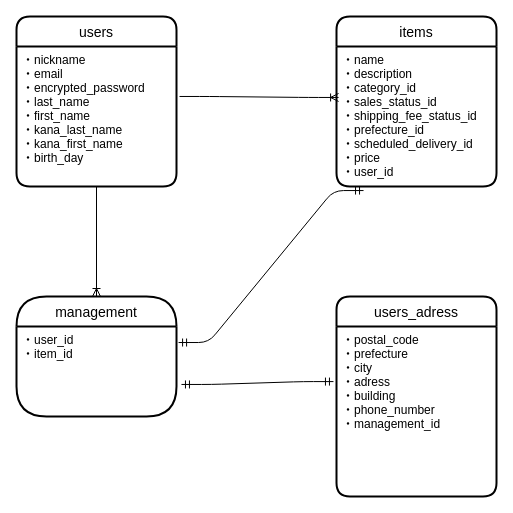
Earlier version of the draw.io diagram er.dio (takao888/furima-33021). Source tidied: cells renumbered, new cells numbered last; positions are measured from the earlier drawing's top-left corner, leaving out a move shared by most shapes. Both pictures are drawn from the tidied source at 100%, with x=0, y=0 at pixel (16, 16).
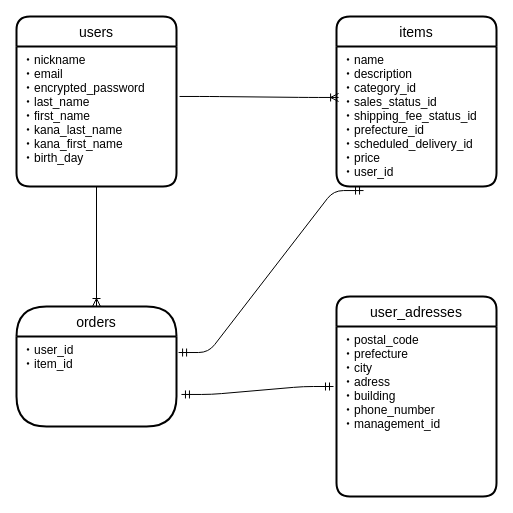
The same diagram, later.

Commit message (it also covers changes not shown here):
データベース設計変更点

managements → orders
users_address → user_addresses

The edit, as a diff of the source:
```diff
@@
 <mxGraphModel>
   <root>
     <mxCell id="0" />
     <mxCell id="1" parent="0" />
     <mxCell id="2" value="users" style="swimlane;horizontal=1;startSize=30;rounded=1;fontSize=14;fontStyle=0;strokeWidth=2;shadow=0;dashed=0;align=center;" parent="1" vertex="1">
       <mxGeometry width="160" height="170" as="geometry" />
     </mxCell>
     <mxCell id="3" value="・nickname&#10;・email&#10;・encrypted_password&#10;・last_name&#10;・first_name&#10;・kana_last_name&#10;・kana_first_name&#10;・birth_day&#10;" style="align=left;strokeColor=none;fillColor=none;spacingLeft=4;fontSize=12;verticalAlign=top;" parent="2" vertex="1">
       <mxGeometry y="30" width="160" height="140" as="geometry" />
     </mxCell>
     <mxCell id="4" value="items" style="swimlane;horizontal=1;startSize=30;rounded=1;fontSize=14;fontStyle=0;strokeWidth=2;shadow=0;dashed=0;align=center;" parent="1" vertex="1">
       <mxGeometry x="320" width="160" height="170" as="geometry" />
     </mxCell>
     <mxCell id="5" value="・name&#10;・description&#10;・category_id&#10;・sales_status_id&#10;・shipping_fee_status_id&#10;・prefecture_id&#10;・scheduled_delivery_id&#10;・price&#10;・user_id" style="align=left;strokeColor=none;fillColor=none;spacingLeft=4;fontSize=12;verticalAlign=top;" parent="4" vertex="1">
       <mxGeometry y="30" width="160" height="140" as="geometry" />
     </mxCell>
-    <mxCell id="6" value="users_adress" style="swimlane;horizontal=1;startSize=30;rounded=1;fontSize=14;fontStyle=0;strokeWidth=2;shadow=0;dashed=0;align=center;" parent="1" vertex="1">
+    <mxCell id="6" value="user_adresses" style="swimlane;horizontal=1;startSize=30;rounded=1;fontSize=14;fontStyle=0;strokeWidth=2;shadow=0;dashed=0;align=center;" parent="1" vertex="1">
       <mxGeometry x="320" y="280" width="160" height="200" as="geometry" />
     </mxCell>
     <mxCell id="7" value="・postal_code&#10;・prefecture&#10;・city&#10;・adress&#10;・building&#10;・phone_number&#10;・management_id&#10;" style="align=left;strokeColor=none;fillColor=none;spacingLeft=4;fontSize=12;verticalAlign=top;" parent="6" vertex="1">
       <mxGeometry y="30" width="160" height="170" as="geometry" />
     </mxCell>
-    <mxCell id="8" value="management" style="swimlane;horizontal=1;startSize=30;rounded=1;fontSize=14;fontStyle=0;strokeWidth=2;shadow=0;dashed=0;align=center;arcSize=34;" parent="1" vertex="1">
-      <mxGeometry y="280" width="160" height="120" as="geometry" />
+    <mxCell id="8" value="orders" style="swimlane;horizontal=1;startSize=30;rounded=1;fontSize=14;fontStyle=0;strokeWidth=2;shadow=0;dashed=0;align=center;arcSize=34;" parent="1" vertex="1">
+      <mxGeometry y="290" width="160" height="120" as="geometry" />
     </mxCell>
     <mxCell id="9" value="・user_id&#10;・item_id" style="align=left;strokeColor=none;fillColor=none;spacingLeft=4;fontSize=12;verticalAlign=top;" parent="8" vertex="1">
       <mxGeometry y="30" width="160" height="90" as="geometry" />
     </mxCell>
     <mxCell id="10" style="edgeStyle=entityRelationEdgeStyle;fontSize=12;html=1;endArrow=ERoneToMany;entryX=0.013;entryY=0.364;entryDx=0;entryDy=0;entryPerimeter=0;exitX=1.019;exitY=0.357;exitDx=0;exitDy=0;exitPerimeter=0;" parent="1" edge="1" source="3" target="5">
       <mxGeometry relative="1" as="geometry" />
     </mxCell>
     <mxCell id="11" style="fontSize=12;html=1;endArrow=ERoneToMany;entryX=0.5;entryY=0;entryDx=0;entryDy=0;" parent="1" edge="1" target="8">
       <mxGeometry relative="1" as="geometry">
         <mxPoint x="80" y="170" as="sourcePoint" />
       </mxGeometry>
     </mxCell>
     <mxCell id="12" style="edgeStyle=entityRelationEdgeStyle;fontSize=12;html=1;endArrow=ERmandOne;startArrow=ERmandOne;exitX=0.169;exitY=1.029;exitDx=0;exitDy=0;exitPerimeter=0;entryX=1.013;entryY=0.178;entryDx=0;entryDy=0;entryPerimeter=0;" parent="1" edge="1" source="5" target="9">
       <mxGeometry relative="1" as="geometry" />
     </mxCell>
-    <mxCell id="13" style="edgeStyle=entityRelationEdgeStyle;fontSize=12;html=1;endArrow=ERmandOne;startArrow=ERmandOne;exitX=1.031;exitY=0.644;exitDx=0;exitDy=0;exitPerimeter=0;entryX=-0.019;entryY=0.324;entryDx=0;entryDy=0;entryPerimeter=0;" parent="1" edge="1" source="9" target="7">
-      <mxGeometry relative="1" as="geometry" />
+    <mxCell id="13" style="edgeStyle=entityRelationEdgeStyle;fontSize=12;html=1;endArrow=ERmandOne;startArrow=ERmandOne;exitX=1.031;exitY=0.644;exitDx=0;exitDy=0;exitPerimeter=0;" parent="1" edge="1" source="9">
+      <mxGeometry relative="1" as="geometry">
+        <mxPoint x="317" y="370" as="targetPoint" />
+      </mxGeometry>
     </mxCell>
   </root>
 </mxGraphModel>
```
